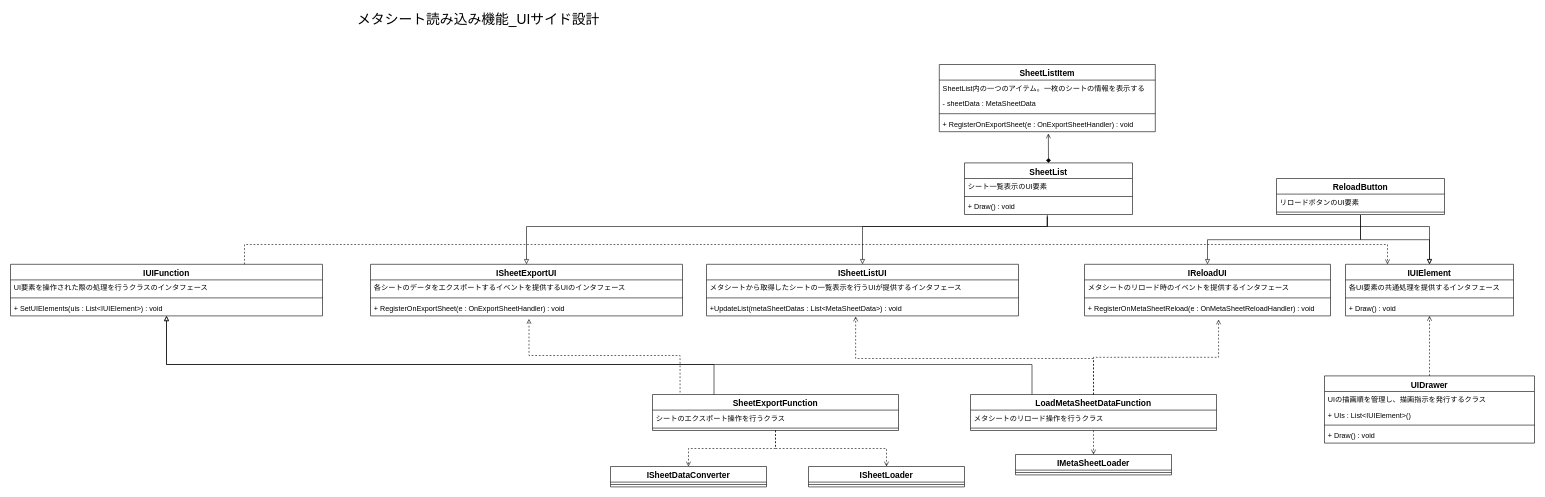
Before: Designs/UI機能設計.drawio in Dumble009/GoogleDriveDownloader, a draw.io diagram. Source tidied: cells renumbered, new cells numbered last; positions are measured from the earlier drawing's top-left corner, leaving out a move shared by most shapes. Both pictures are drawn from the tidied source at 60%, with x=0, y=0 at pixel (10, 10).
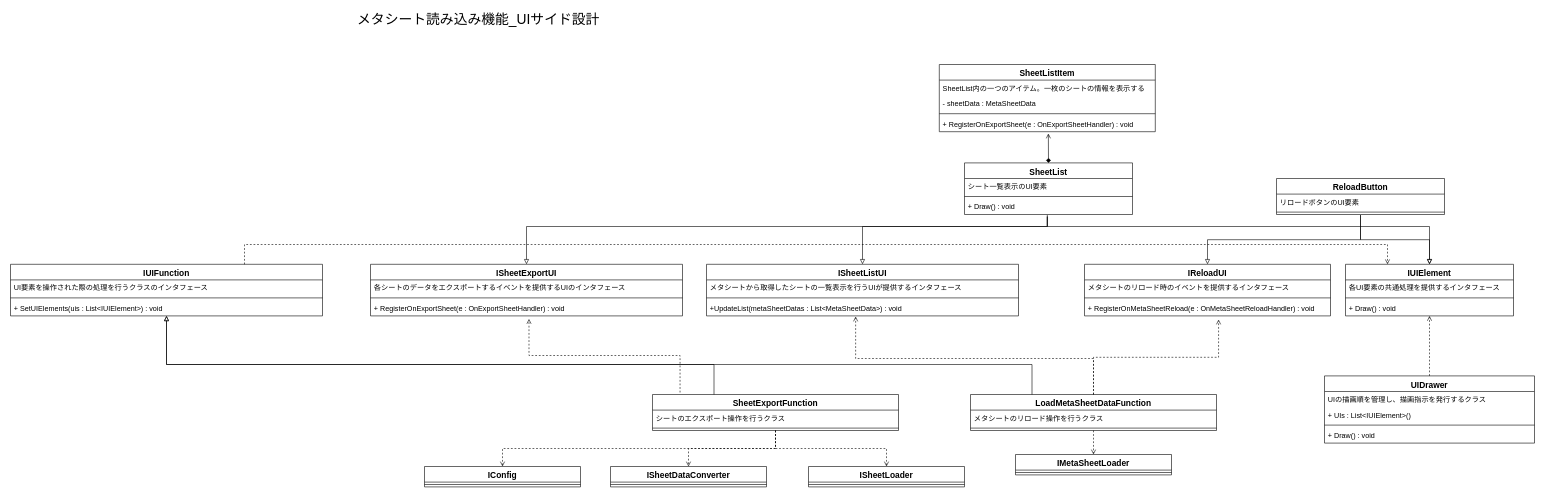
Above is the later version.

Unchanged cells that the change refers to:
```xml
<mxCell id="37" value="SheetExportFunction" style="swimlane;fontStyle=1;align=center;verticalAlign=top;horizontal=1;startSize=26;fontSize=14;" parent="1" vertex="1">
  <mxGeometry x="1070" y="640" width="410" height="60" as="geometry" />
</mxCell>
```

Change to the diagram source:
```diff
@@
+    <mxCell id="68" value="IConfig" style="swimlane;fontStyle=1;align=center;verticalAlign=top;horizontal=1;startSize=26;fontSize=14;" parent="1" vertex="1">
+      <mxGeometry x="690" y="760" width="260" height="34" as="geometry" />
+    </mxCell>
+    <mxCell id="69" style="line;strokeWidth=1;fillColor=none;align=left;verticalAlign=middle;spacingTop=-1;spacingLeft=3;spacingRight=3;labelPosition=right;" parent="68" vertex="1">
+      <mxGeometry y="26" width="260" height="8" as="geometry" />
+    </mxCell>
+    <mxCell id="70" style="endArrow=open;html=1;rounded=0;fontSize=23;dashed=1;endFill=0;elbow=vertical;entryX=0.5;entryY=0;entryDx=0;entryDy=0;edgeStyle=elbowEdgeStyle;exitX=0.5;exitY=1;exitDx=0;exitDy=0;" parent="1" edge="1" source="37" target="68">
+      <mxGeometry relative="1" as="geometry" />
+    </mxCell>
```
